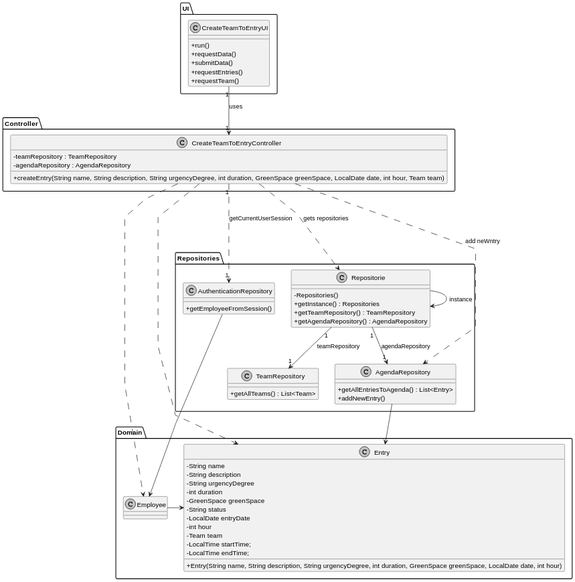
Earlier version of the PlantUML export docs/sprintC/us23/03.design/svg/us23-class-diagram.svg (Paulo-Pereira-at-ISEP/lei-24-s2-1nanb-g321). Its diagram source:
```plantuml
@startuml
skinparam monochrome true
skinparam packageStyle rectangle
skinparam shadowing false
skinparam linetype polyline
skinparam classAttributeIconSize 0

Package Controller <<Folder>>{
class CreateTeamToEntryController {
    - teamRepository : TeamRepository
    - agendaRepository : AgendaRepository
    + createEntry(String name, String description, String urgencyDegree, int duration, GreenSpace greenSpace, LocalDate date, int hour, Team team)
}
}
Package UI <<Folder>>{
class CreateTeamToEntryUI {
    + run()
    + requestData()
    + submitData()
    + requestEntries()
    + requestTeam()
    }
}


Package Domain <<Folder>>{
class Entry {
    - String name
    - String description
    - String urgencyDegree
    - int duration
    - GreenSpace greenSpace
    - String status
    - LocalDate entryDate
    - int hour
    - Team team
    - LocalTime startTime;
    - LocalTime endTime;
    + Entry(String name, String description, String urgencyDegree, int duration, GreenSpace greenSpace, LocalDate date, int hour)

}
}
Package Repositories <<Folder>>{
class Repositorie {
    - Repositories()
    + getInstance() : Repositories
    + getTeamRepository() : TeamRepository
    + getAgendaRepository() : AgendaRepository
}
}
Package Repositories <<Folder>>{
class TeamRepository {
    + getAllTeams() : List<Team>
}
}
Package Repositories <<Folder>>{
class AuthenticationRepository{
    + getEmployeeFromSession()
}
}
Package Domain <<Folder>>{
class Employee {
}
}
Package Repositories <<Folder>>{
class AgendaRepository {
    + getAllEntriesToAgenda() : List<Entry>
    + addNewEntry()
}
}

CreateTeamToEntryController "1"..-> "1" AuthenticationRepository : getCurrentUserSession
CreateTeamToEntryController ..> Employee
AgendaRepository --> Entry
AuthenticationRepository --> Employee

Employee -> Entry
CreateTeamToEntryUI "1" --> "1" CreateTeamToEntryController : uses
CreateTeamToEntryController ..> Repositorie : gets repositories
Repositorie --> Repositorie : instance
Repositorie "1" --> "1" TeamRepository : teamRepository
Repositorie "1" --> "1" AgendaRepository : agendaRepository

CreateTeamToEntryController ..> Entry

CreateTeamToEntryController ..> AgendaRepository : add neWntry
@enduml
```
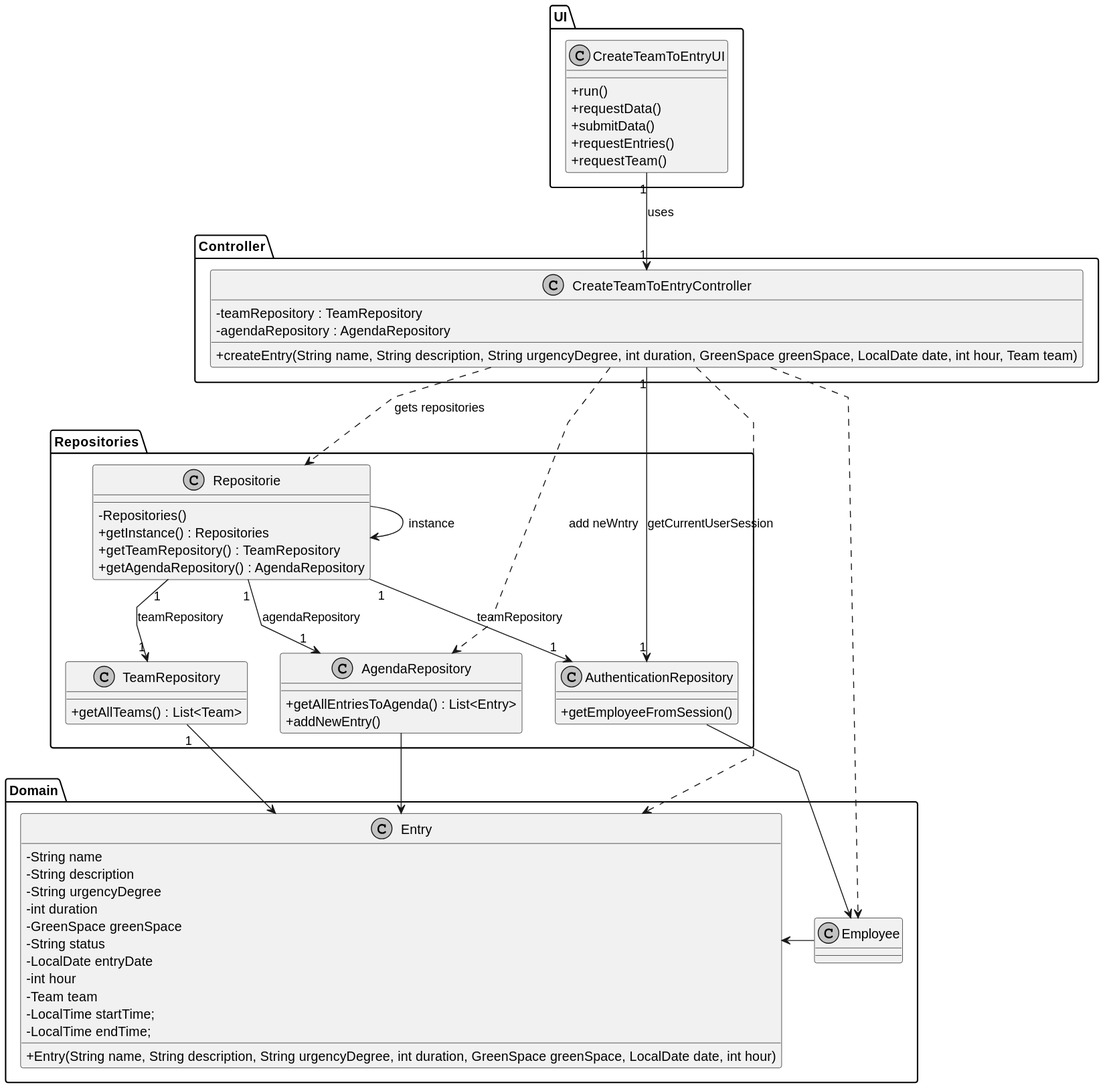
Above is the later version.

What changed in the source:
```diff
@@ -69,7 +69,7 @@
 }
 }
 
-CreateTeamToEntryController "1"..-> "1" AuthenticationRepository : getCurrentUserSession
+CreateTeamToEntryController "1"--> "1" AuthenticationRepository : getCurrentUserSession
 CreateTeamToEntryController ..> Employee
 AgendaRepository --> Entry
 AuthenticationRepository --> Employee
@@ -80,6 +80,9 @@
 Repositorie --> Repositorie : instance
 Repositorie "1" --> "1" TeamRepository : teamRepository
 Repositorie "1" --> "1" AgendaRepository : agendaRepository
+Repositorie "1" --> "1" AuthenticationRepository : teamRepository
+TeamRepository "1" --> Entry
+
 
 CreateTeamToEntryController ..> Entry
 
```
